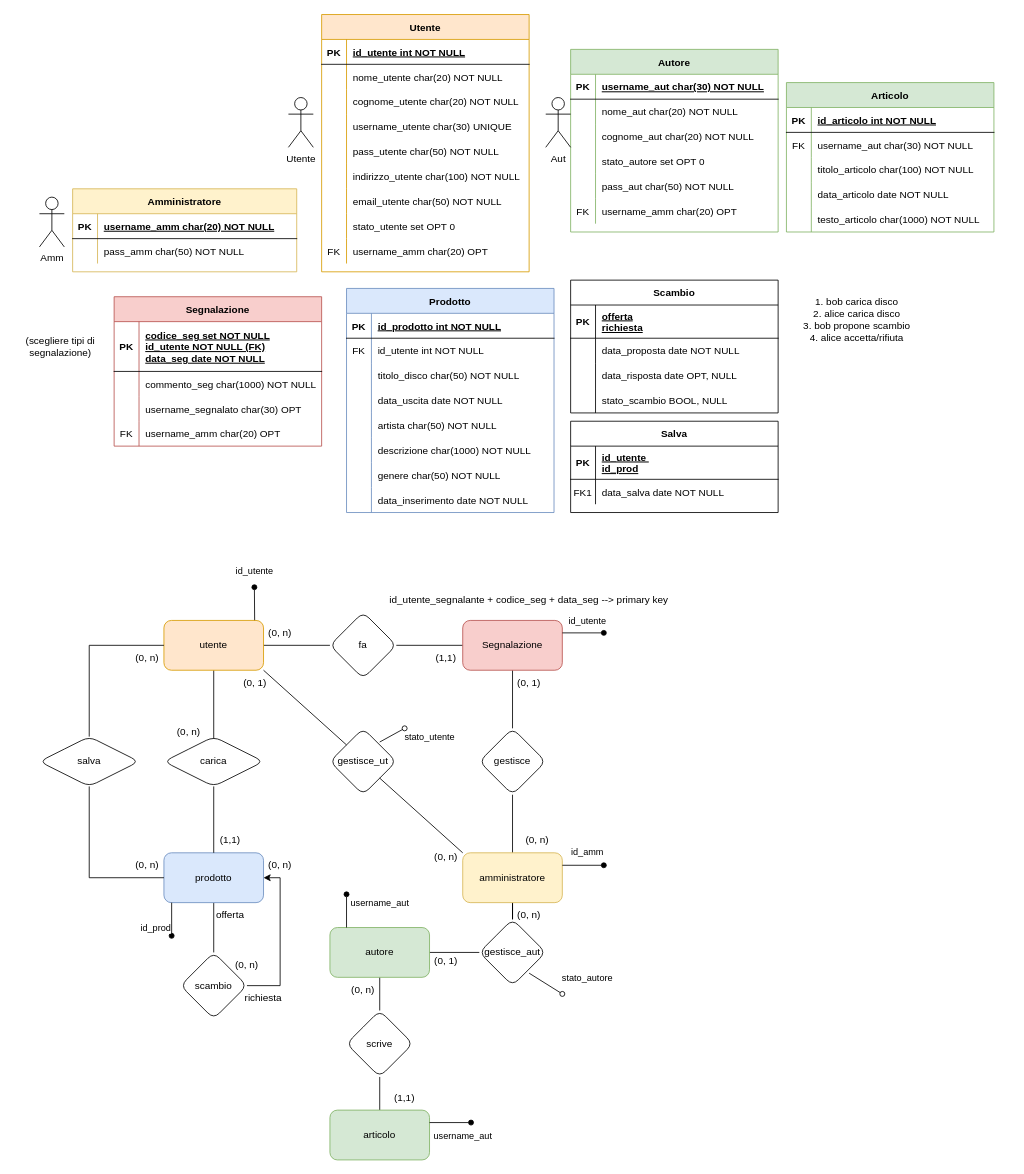
Above: testDraw.drawio in nonPitte/testDraw (draw.io), before the change. Source tidied: cells renumbered, new cells numbered last; positions are measured from the earlier drawing's top-left corner, leaving out a move shared by most shapes. Both pictures are drawn from the tidied source at 83%, with x=0, y=0 at pixel (14, 14).
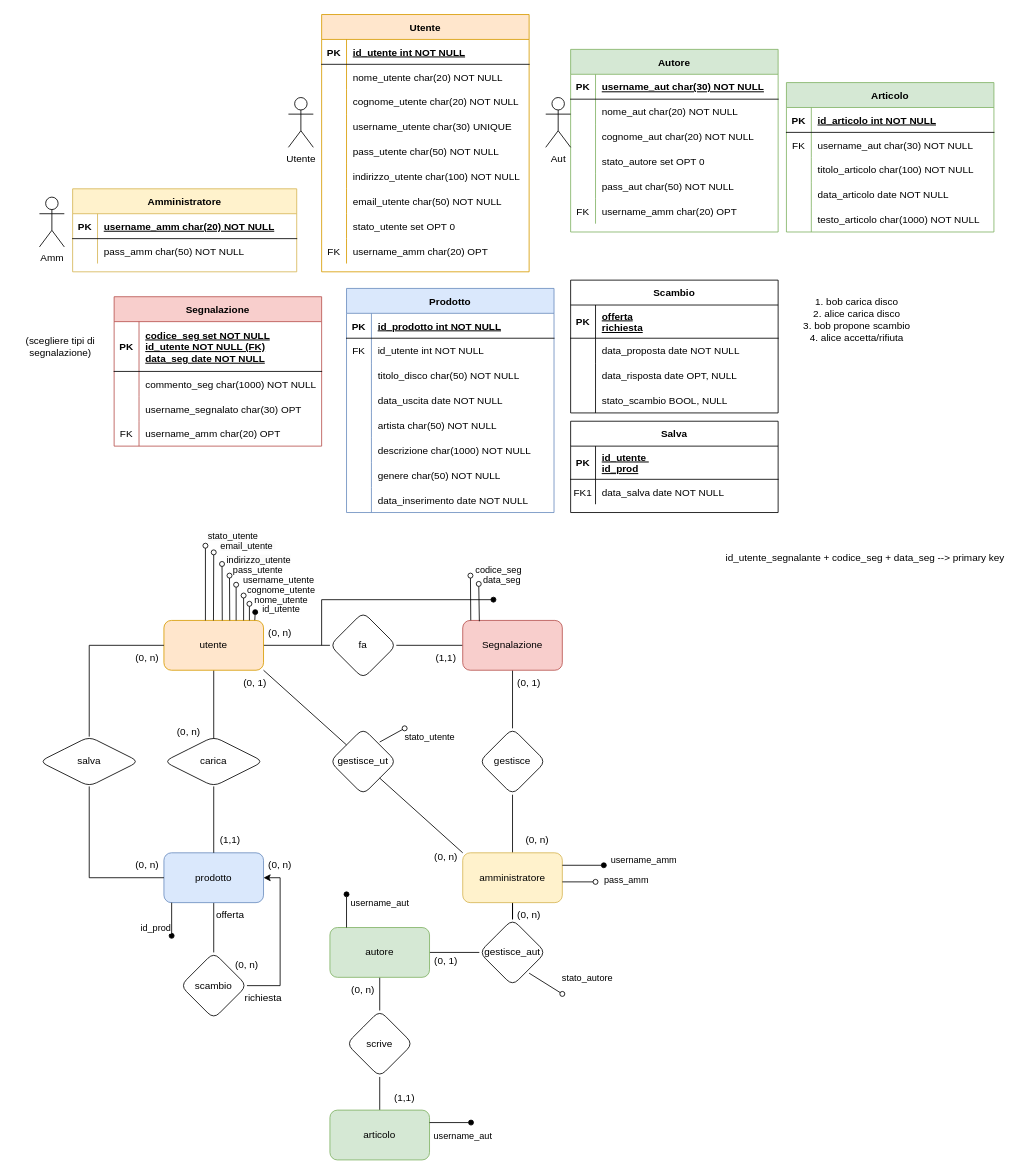
Above is the later version.

The change refers to these unchanged cells:
```xml
<mxCell id="67" value="Segnalazione" style="whiteSpace=wrap;html=1;rounded=1;fillColor=#f8cecc;strokeColor=#b85450;" parent="1" vertex="1">
  <mxGeometry x="540" y="730" width="120" height="60" as="geometry" />
</mxCell>
<mxCell id="71" value="amministratore" style="whiteSpace=wrap;html=1;rounded=1;fillColor=#fff2cc;strokeColor=#d6b656;" parent="1" vertex="1">
  <mxGeometry x="540" y="1010" width="120" height="60" as="geometry" />
</mxCell>
<mxCell id="90" value="utente" style="rounded=1;whiteSpace=wrap;html=1;fillColor=#ffe6cc;strokeColor=#d79b00;" parent="1" vertex="1">
  <mxGeometry x="180" y="730" width="120" height="60" as="geometry" />
</mxCell>
```

Change to the diagram source:
```diff
@@
     <mxCell id="88" value="id_utente_segnalante + codice_seg + data_seg --&amp;gt; primary key" style="text;html=1;align=center;verticalAlign=middle;whiteSpace=wrap;rounded=0;" parent="1" vertex="1">
-      <mxGeometry x="445" y="690" width="350" height="30" as="geometry" />
+      <mxGeometry x="850" y="640" width="350" height="30" as="geometry" />
     </mxCell>
     <mxCell id="89" value="&lt;span style=&quot;background-color: transparent;&quot;&gt;id_utente&lt;/span&gt;" style="html=1;verticalAlign=bottom;startArrow=oval;startFill=1;endArrow=none;startSize=6;endSize=8;curved=0;rounded=0;endFill=0;entryX=0.911;entryY=0.043;entryDx=0;entryDy=0;entryPerimeter=0;" parent="1" edge="1" target="90">
-      <mxGeometry x="-1" y="-10" relative="1" as="geometry">
-        <mxPoint x="289" y="690" as="sourcePoint" />
-        <mxPoint x="10" y="-10" as="offset" />
+      <mxGeometry x="-0.52" y="31" relative="1" as="geometry">
+        <mxPoint x="290" y="720" as="sourcePoint" />
       </mxGeometry>
     </mxCell>
@@
-    <mxCell id="91" value="&lt;span style=&quot;background-color: transparent;&quot;&gt;id_amm&lt;br&gt;&lt;/span&gt;" style="html=1;verticalAlign=bottom;startArrow=oval;startFill=1;endArrow=none;startSize=6;endSize=8;curved=0;rounded=0;endFill=0;entryX=1;entryY=0.25;entryDx=0;entryDy=0;" parent="1" edge="1" target="71">
-      <mxGeometry x="-0.2" y="-7" relative="1" as="geometry">
+    <mxCell id="91" value="&lt;span style=&quot;background-color: transparent;&quot;&gt;username_amm&lt;/span&gt;" style="html=1;verticalAlign=bottom;startArrow=oval;startFill=1;endArrow=none;startSize=6;endSize=8;curved=0;rounded=0;endFill=0;entryX=1;entryY=0.25;entryDx=0;entryDy=0;" parent="1" edge="1" target="71">
+      <mxGeometry x="-1" y="48" relative="1" as="geometry">
         <mxPoint x="710" y="1025" as="sourcePoint" />
+        <mxPoint x="48" y="-45" as="offset" />
       </mxGeometry>
     </mxCell>
@@
-    <mxCell id="93" value="&lt;span style=&quot;background-color: transparent;&quot;&gt;id_utente&lt;/span&gt;" style="html=1;verticalAlign=bottom;startArrow=oval;startFill=1;endArrow=none;startSize=6;endSize=8;curved=0;rounded=0;endFill=0;entryX=1;entryY=0.25;entryDx=0;entryDy=0;" parent="1" edge="1" target="67">
-      <mxGeometry x="-0.2" y="-5" relative="1" as="geometry">
-        <mxPoint x="710" y="745" as="sourcePoint" />
+    <mxCell id="93" style="html=1;verticalAlign=bottom;startArrow=oval;startFill=1;endArrow=none;startSize=6;endSize=8;curved=0;rounded=0;endFill=0;entryX=1;entryY=0.25;entryDx=0;entryDy=0;" parent="1" edge="1">
+      <mxGeometry x="-1" y="-6" relative="1" as="geometry">
+        <mxPoint x="577" y="705" as="sourcePoint" />
+        <mxPoint x="370" y="760" as="targetPoint" />
+        <Array as="points">
+          <mxPoint x="370" y="705" />
+        </Array>
+        <mxPoint x="6" y="-6" as="offset" />
       </mxGeometry>
     </mxCell>
@@
+    <mxCell id="193" value="nome_utente" style="html=1;verticalAlign=bottom;startArrow=oval;startFill=0;endArrow=none;startSize=6;endSize=8;curved=0;rounded=0;endFill=0;" parent="1" edge="1">
+      <mxGeometry x="-0.6" y="38" relative="1" as="geometry">
+        <mxPoint x="283" y="710" as="sourcePoint" />
+        <mxPoint x="283" y="730" as="targetPoint" />
+      </mxGeometry>
+    </mxCell>
+    <mxCell id="194" value="cognome_utente" style="html=1;verticalAlign=bottom;startArrow=oval;startFill=0;endArrow=none;startSize=6;endSize=8;curved=0;rounded=0;endFill=0;" parent="1" edge="1">
+      <mxGeometry x="-0.87" y="45" relative="1" as="geometry">
+        <mxPoint x="276" y="700" as="sourcePoint" />
+        <mxPoint x="276" y="730" as="targetPoint" />
+      </mxGeometry>
+    </mxCell>
+    <mxCell id="195" value="username_utente" style="html=1;verticalAlign=bottom;startArrow=oval;startFill=0;endArrow=none;startSize=6;endSize=8;curved=0;rounded=0;endFill=0;" parent="1" edge="1">
+      <mxGeometry x="-0.86" y="51" relative="1" as="geometry">
+        <mxPoint x="267" y="687" as="sourcePoint" />
+        <mxPoint x="267" y="730" as="targetPoint" />
+      </mxGeometry>
+    </mxCell>
+    <mxCell id="196" value="pass_utente" style="html=1;verticalAlign=bottom;startArrow=oval;startFill=0;endArrow=none;startSize=6;endSize=8;curved=0;rounded=0;endFill=0;" parent="1" edge="1">
+      <mxGeometry x="-0.94" y="34" relative="1" as="geometry">
+        <mxPoint x="259" y="676" as="sourcePoint" />
+        <mxPoint x="259.3" y="730" as="targetPoint" />
+      </mxGeometry>
+    </mxCell>
+    <mxCell id="197" value="&lt;span style=&quot;text-align: left; background-color: rgb(251, 251, 251);&quot;&gt;&lt;font style=&quot;font-size: 11px;&quot;&gt;indirizzo_utente&lt;/font&gt;&lt;/span&gt;" style="html=1;verticalAlign=bottom;startArrow=oval;startFill=0;endArrow=none;startSize=6;endSize=8;curved=0;rounded=0;endFill=0;" parent="1" edge="1">
+      <mxGeometry x="-0.88" y="44" relative="1" as="geometry">
+        <mxPoint x="250" y="662" as="sourcePoint" />
+        <mxPoint x="250.3" y="730" as="targetPoint" />
+      </mxGeometry>
+    </mxCell>
+    <mxCell id="198" value="&lt;span style=&quot;text-align: left; background-color: rgb(251, 251, 251);&quot;&gt;&lt;font style=&quot;font-size: 11px;&quot;&gt;email_utente&amp;nbsp;&lt;/font&gt;&lt;/span&gt;" style="html=1;verticalAlign=bottom;startArrow=oval;startFill=0;endArrow=none;startSize=6;endSize=8;curved=0;rounded=0;endFill=0;" parent="1" edge="1">
+      <mxGeometry x="-0.94" y="41" relative="1" as="geometry">
+        <mxPoint x="240" y="648" as="sourcePoint" />
+        <mxPoint x="239.7" y="730" as="targetPoint" />
+      </mxGeometry>
+    </mxCell>
+    <mxCell id="199" value="&lt;span style=&quot;text-align: left; background-color: rgb(251, 251, 251);&quot;&gt;&lt;font style=&quot;font-size: 11px;&quot;&gt;stato_utente&lt;/font&gt;&lt;/span&gt;" style="html=1;verticalAlign=bottom;startArrow=oval;startFill=0;endArrow=none;startSize=6;endSize=8;curved=0;rounded=0;endFill=0;" parent="1" edge="1">
+      <mxGeometry x="-1" y="33" relative="1" as="geometry">
+        <mxPoint x="230" y="640" as="sourcePoint" />
+        <mxPoint x="230" y="730" as="targetPoint" />
+        <mxPoint y="-2" as="offset" />
+      </mxGeometry>
+    </mxCell>
+    <mxCell id="200" value="pass_amm" style="html=1;verticalAlign=bottom;startArrow=oval;startFill=0;endArrow=none;startSize=6;endSize=8;curved=0;rounded=0;endFill=0;entryX=1;entryY=0.25;entryDx=0;entryDy=0;strokeColor=default;" parent="1" edge="1">
+      <mxGeometry x="-1" y="38" relative="1" as="geometry">
+        <mxPoint x="700" y="1045" as="sourcePoint" />
+        <mxPoint x="660" y="1045" as="targetPoint" />
+        <mxPoint x="37" y="-31" as="offset" />
+      </mxGeometry>
+    </mxCell>
+    <mxCell id="201" value="codice_seg" style="html=1;verticalAlign=bottom;startArrow=oval;startFill=0;endArrow=none;startSize=6;endSize=8;curved=0;rounded=0;endFill=0;" parent="1" edge="1">
+      <mxGeometry x="-0.94" y="34" relative="1" as="geometry">
+        <mxPoint x="549.3" y="676" as="sourcePoint" />
+        <mxPoint x="549.7" y="730" as="targetPoint" />
+      </mxGeometry>
+    </mxCell>
+    <mxCell id="202" value="data_seg" style="html=1;verticalAlign=bottom;startArrow=oval;startFill=0;endArrow=none;startSize=6;endSize=8;curved=0;rounded=0;endFill=0;entryX=0.167;entryY=0.017;entryDx=0;entryDy=0;entryPerimeter=0;" parent="1" edge="1" target="67">
+      <mxGeometry x="-0.76" y="28" relative="1" as="geometry">
+        <mxPoint x="559.3" y="686" as="sourcePoint" />
+      </mxGeometry>
+    </mxCell>
```
